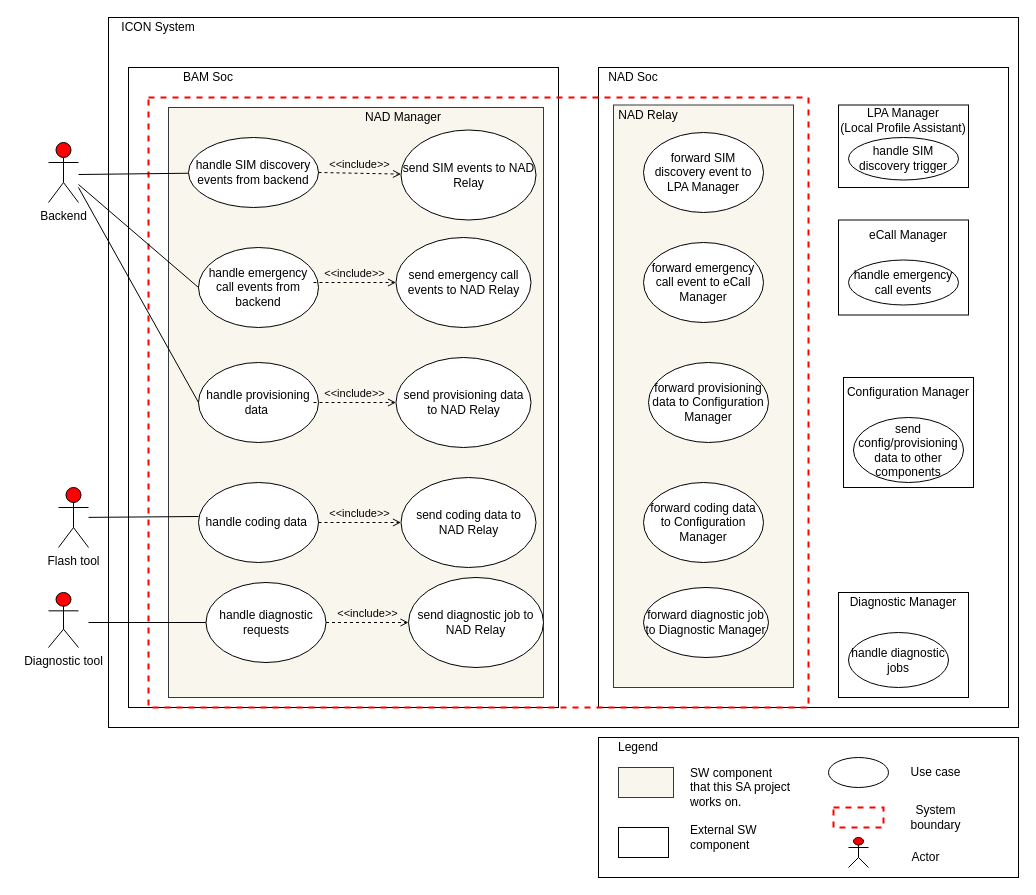
Before: page "all_usecase" (6 of 6) of doc/SA cert/Design/usecase.drawio in taikt/codefun, a draw.io diagram. Source tidied: cells renumbered, new cells numbered last; positions are measured from the earlier drawing's top-left corner, leaving out a move shared by most shapes. Both pictures are drawn from the tidied source at 100%, with x=0, y=0 at pixel (48, 17).
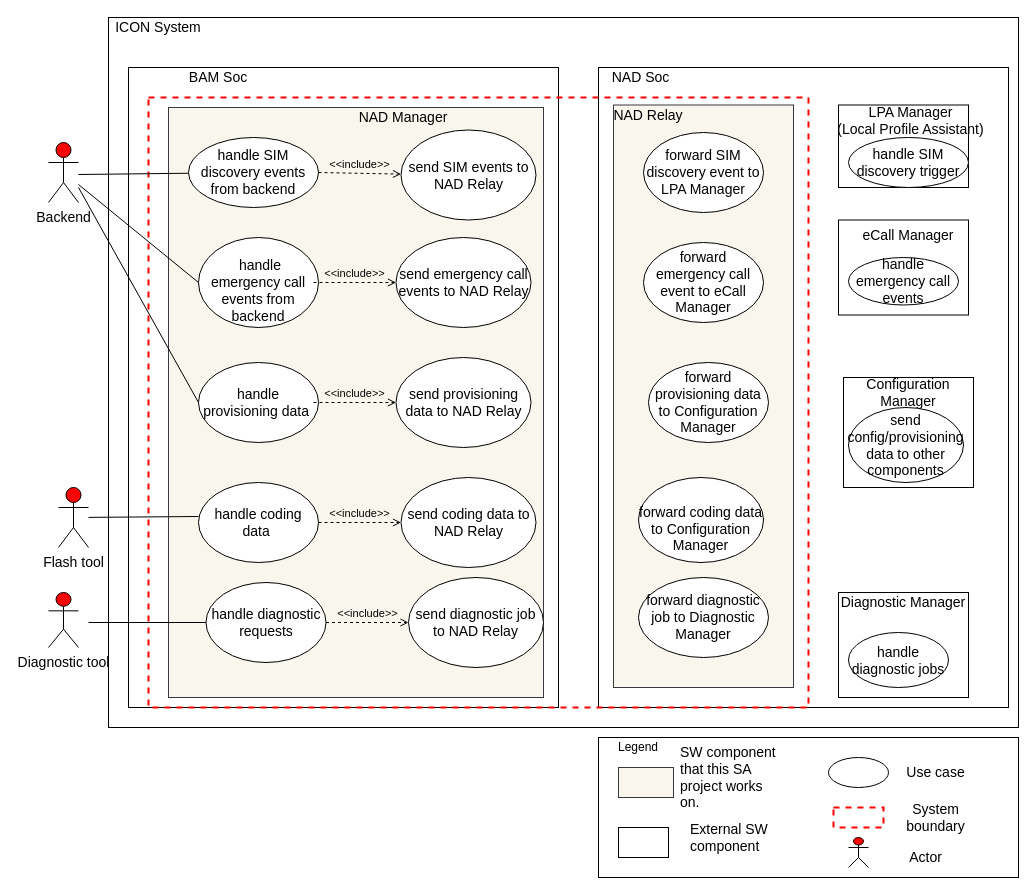
The same page after the edit.

The edit, as a diff of the source:
```diff
@@
-    <mxCell id="2" value="Backend" style="shape=umlActor;verticalLabelPosition=bottom;verticalAlign=top;html=1;fillColor=#FF0000;" parent="1" vertex="1">
+    <mxCell id="2" value="&lt;font style=&quot;font-size: 14px&quot;&gt;Backend&lt;/font&gt;" style="shape=umlActor;verticalLabelPosition=bottom;verticalAlign=top;html=1;fillColor=#FF0000;" parent="1" vertex="1">
       <mxGeometry y="125" width="30" height="60" as="geometry" />
     </mxCell>
@@
-    <mxCell id="6" value="ICON System" style="text;html=1;strokeColor=none;fillColor=none;align=center;verticalAlign=middle;whiteSpace=wrap;rounded=0;" parent="1" vertex="1">
+    <mxCell id="6" value="&lt;font style=&quot;font-size: 14px&quot;&gt;ICON System&lt;/font&gt;" style="text;html=1;strokeColor=none;fillColor=none;align=center;verticalAlign=middle;whiteSpace=wrap;rounded=0;" parent="1" vertex="1">
       <mxGeometry x="65" width="90" height="20" as="geometry" />
     </mxCell>
-    <mxCell id="7" value="BAM Soc" style="text;html=1;strokeColor=none;fillColor=none;align=center;verticalAlign=middle;whiteSpace=wrap;rounded=0;" parent="1" vertex="1">
-      <mxGeometry x="130" y="50" width="60" height="20" as="geometry" />
+    <mxCell id="7" value="&lt;font style=&quot;font-size: 14px&quot;&gt;BAM Soc&lt;/font&gt;" style="text;html=1;strokeColor=none;fillColor=none;align=center;verticalAlign=middle;whiteSpace=wrap;rounded=0;" parent="1" vertex="1">
+      <mxGeometry x="130" y="50" width="80" height="20" as="geometry" />
     </mxCell>
-    <mxCell id="8" value="NAD Soc" style="text;html=1;strokeColor=none;fillColor=none;align=center;verticalAlign=middle;whiteSpace=wrap;rounded=0;" parent="1" vertex="1">
-      <mxGeometry x="555" y="50" width="60" height="20" as="geometry" />
+    <mxCell id="8" value="&lt;font style=&quot;font-size: 14px&quot;&gt;NAD Soc&lt;/font&gt;" style="text;html=1;strokeColor=none;fillColor=none;align=center;verticalAlign=middle;whiteSpace=wrap;rounded=0;" parent="1" vertex="1">
+      <mxGeometry x="555" y="50" width="75" height="20" as="geometry" />
     </mxCell>
@@
-    <mxCell id="12" value="LPA Manager&lt;br&gt;(Local Profile Assistant)" style="text;html=1;strokeColor=none;fillColor=none;align=center;verticalAlign=middle;whiteSpace=wrap;rounded=0;" parent="1" vertex="1">
-      <mxGeometry x="785" y="92.5" width="140" height="20" as="geometry" />
+    <mxCell id="12" value="&lt;font style=&quot;font-size: 14px&quot;&gt;LPA Manager&lt;br&gt;(Local Profile Assistant)&lt;/font&gt;" style="text;html=1;strokeColor=none;fillColor=none;align=center;verticalAlign=middle;whiteSpace=wrap;rounded=0;" parent="1" vertex="1">
+      <mxGeometry x="785" y="92.5" width="155" height="20" as="geometry" />
     </mxCell>
-    <mxCell id="13" value="handle SIM discovery trigger" style="ellipse;whiteSpace=wrap;html=1;" parent="1" vertex="1">
-      <mxGeometry x="800" y="120" width="110" height="42.5" as="geometry" />
+    <mxCell id="13" value="&lt;font style=&quot;font-size: 14px&quot;&gt;handle SIM discovery trigger&lt;/font&gt;" style="ellipse;whiteSpace=wrap;html=1;" parent="1" vertex="1">
+      <mxGeometry x="800" y="120" width="120" height="50" as="geometry" />
     </mxCell>
@@
-    <mxCell id="15" value="handle SIM discovery events from backend" style="ellipse;whiteSpace=wrap;html=1;" parent="1" vertex="1">
+    <mxCell id="15" value="&lt;font style=&quot;font-size: 14px&quot;&gt;handle SIM discovery events from backend&lt;/font&gt;" style="ellipse;whiteSpace=wrap;html=1;" parent="1" vertex="1">
       <mxGeometry x="140" y="120" width="130" height="70" as="geometry" />
     </mxCell>
-    <mxCell id="16" value="send SIM events to NAD Relay" style="ellipse;whiteSpace=wrap;html=1;" parent="1" vertex="1">
+    <mxCell id="16" value="&lt;font style=&quot;font-size: 14px&quot;&gt;send SIM events to NAD Relay&lt;/font&gt;" style="ellipse;whiteSpace=wrap;html=1;" parent="1" vertex="1">
       <mxGeometry x="352.5" y="112.5" width="135" height="90" as="geometry" />
     </mxCell>
-    <mxCell id="17" value="NAD Manager" style="text;html=1;strokeColor=none;fillColor=none;align=center;verticalAlign=middle;whiteSpace=wrap;rounded=0;" parent="1" vertex="1">
+    <mxCell id="17" value="&lt;font style=&quot;font-size: 14px&quot;&gt;NAD Manager&lt;/font&gt;" style="text;html=1;strokeColor=none;fillColor=none;align=center;verticalAlign=middle;whiteSpace=wrap;rounded=0;" parent="1" vertex="1">
       <mxGeometry x="305" y="90" width="100" height="20" as="geometry" />
     </mxCell>
@@
-    <mxCell id="19" value="NAD Relay" style="text;html=1;strokeColor=none;fillColor=none;align=center;verticalAlign=middle;whiteSpace=wrap;rounded=0;" parent="1" vertex="1">
+    <mxCell id="19" value="&lt;font style=&quot;font-size: 14px&quot;&gt;NAD Relay&lt;/font&gt;" style="text;html=1;strokeColor=none;fillColor=none;align=center;verticalAlign=middle;whiteSpace=wrap;rounded=0;" parent="1" vertex="1">
       <mxGeometry x="550" y="87.5" width="100" height="20" as="geometry" />
     </mxCell>
-    <mxCell id="20" value="forward SIM discovery event to LPA Manager" style="ellipse;whiteSpace=wrap;html=1;" parent="1" vertex="1">
+    <mxCell id="20" value="&lt;font style=&quot;font-size: 14px&quot;&gt;forward SIM discovery event to LPA Manager&lt;/font&gt;" style="ellipse;whiteSpace=wrap;html=1;" parent="1" vertex="1">
       <mxGeometry x="595" y="115" width="120" height="80" as="geometry" />
     </mxCell>
@@
-    <mxCell id="22" value="handle coding data&amp;nbsp;" style="ellipse;whiteSpace=wrap;html=1;" parent="1" vertex="1">
+    <mxCell id="22" value="&lt;font style=&quot;font-size: 14px&quot;&gt;handle coding data&amp;nbsp;&lt;/font&gt;" style="ellipse;whiteSpace=wrap;html=1;" parent="1" vertex="1">
       <mxGeometry x="150" y="465" width="120" height="80" as="geometry" />
     </mxCell>
@@
-    <mxCell id="24" value="send coding data to NAD Relay" style="ellipse;whiteSpace=wrap;html=1;" parent="1" vertex="1">
+    <mxCell id="24" value="&lt;font style=&quot;font-size: 14px&quot;&gt;send coding data to NAD Relay&lt;/font&gt;" style="ellipse;whiteSpace=wrap;html=1;" parent="1" vertex="1">
       <mxGeometry x="352.5" y="460" width="135" height="90" as="geometry" />
     </mxCell>
@@
-    <mxCell id="26" value="forward coding data to Configuration Manager" style="ellipse;whiteSpace=wrap;html=1;" parent="1" vertex="1">
-      <mxGeometry x="595" y="465" width="120" height="80" as="geometry" />
+    <mxCell id="26" value="&lt;font style=&quot;font-size: 14px&quot;&gt;&lt;br&gt;forward coding data to Configuration Manager&lt;/font&gt;" style="ellipse;whiteSpace=wrap;html=1;" parent="1" vertex="1">
+      <mxGeometry x="590" y="460" width="125" height="85" as="geometry" />
     </mxCell>
@@
-    <mxCell id="28" value="Configuration Manager" style="text;html=1;strokeColor=none;fillColor=none;align=center;verticalAlign=middle;whiteSpace=wrap;rounded=0;" parent="1" vertex="1">
+    <mxCell id="28" value="&lt;font style=&quot;font-size: 14px&quot;&gt;Configuration Manager&lt;/font&gt;" style="text;html=1;strokeColor=none;fillColor=none;align=center;verticalAlign=middle;whiteSpace=wrap;rounded=0;" parent="1" vertex="1">
       <mxGeometry x="790" y="365" width="140" height="20" as="geometry" />
     </mxCell>
-    <mxCell id="29" value="send config/provisioning data to other components" style="ellipse;whiteSpace=wrap;html=1;" parent="1" vertex="1">
-      <mxGeometry x="805" y="400" width="110" height="65" as="geometry" />
+    <mxCell id="29" value="&lt;font style=&quot;font-size: 14px&quot;&gt;send config/provisioning data to other components&lt;/font&gt;" style="ellipse;whiteSpace=wrap;html=1;" parent="1" vertex="1">
+      <mxGeometry x="800" y="390" width="115" height="75" as="geometry" />
     </mxCell>
-    <mxCell id="30" value="handle provisioning data&amp;nbsp;" style="ellipse;whiteSpace=wrap;html=1;" parent="1" vertex="1">
+    <mxCell id="30" value="&lt;font style=&quot;font-size: 14px&quot;&gt;handle provisioning data&amp;nbsp;&lt;/font&gt;" style="ellipse;whiteSpace=wrap;html=1;" parent="1" vertex="1">
       <mxGeometry x="150" y="345" width="120" height="80" as="geometry" />
     </mxCell>
-    <mxCell id="31" value="handle emergency call events from backend" style="ellipse;whiteSpace=wrap;html=1;" parent="1" vertex="1">
-      <mxGeometry x="150" y="230" width="120" height="80" as="geometry" />
+    <mxCell id="31" value="&lt;font style=&quot;font-size: 14px&quot;&gt;&lt;br&gt;&amp;nbsp;handle emergency call events from backend&lt;/font&gt;" style="ellipse;whiteSpace=wrap;html=1;" parent="1" vertex="1">
+      <mxGeometry x="150" y="220" width="120" height="90" as="geometry" />
     </mxCell>
-    <mxCell id="32" value="handle diagnostic requests" style="ellipse;whiteSpace=wrap;html=1;" parent="1" vertex="1">
+    <mxCell id="32" value="&lt;font style=&quot;font-size: 14px&quot;&gt;handle diagnostic requests&lt;/font&gt;" style="ellipse;whiteSpace=wrap;html=1;" parent="1" vertex="1">
       <mxGeometry x="157.5" y="565" width="120" height="80" as="geometry" />
     </mxCell>
-    <mxCell id="33" value="Flash tool" style="shape=umlActor;verticalLabelPosition=bottom;verticalAlign=top;html=1;outlineConnect=0;fillColor=#FF0000;" parent="1" vertex="1">
+    <mxCell id="33" value="&lt;font style=&quot;font-size: 14px&quot;&gt;Flash tool&lt;/font&gt;" style="shape=umlActor;verticalLabelPosition=bottom;verticalAlign=top;html=1;outlineConnect=0;fillColor=#FF0000;" parent="1" vertex="1">
       <mxGeometry x="10" y="470" width="30" height="60" as="geometry" />
     </mxCell>
@@
-    <mxCell id="35" value="send provisioning data to NAD Relay" style="ellipse;whiteSpace=wrap;html=1;" parent="1" vertex="1">
+    <mxCell id="35" value="&lt;font style=&quot;font-size: 14px&quot;&gt;send provisioning data to NAD Relay&lt;/font&gt;" style="ellipse;whiteSpace=wrap;html=1;" parent="1" vertex="1">
       <mxGeometry x="347.5" y="340" width="135" height="90" as="geometry" />
     </mxCell>
@@
-    <mxCell id="37" value="send emergency call events to NAD Relay" style="ellipse;whiteSpace=wrap;html=1;" parent="1" vertex="1">
+    <mxCell id="37" value="&lt;font style=&quot;font-size: 14px&quot;&gt;send emergency call events to NAD Relay&lt;/font&gt;" style="ellipse;whiteSpace=wrap;html=1;" parent="1" vertex="1">
       <mxGeometry x="347.5" y="220" width="135" height="90" as="geometry" />
     </mxCell>
@@
-    <mxCell id="39" value="send diagnostic job to NAD Relay" style="ellipse;whiteSpace=wrap;html=1;" parent="1" vertex="1">
+    <mxCell id="39" value="&lt;font style=&quot;font-size: 14px&quot;&gt;send diagnostic job to NAD Relay&lt;/font&gt;" style="ellipse;whiteSpace=wrap;html=1;" parent="1" vertex="1">
       <mxGeometry x="360" y="560" width="135" height="90" as="geometry" />
     </mxCell>
@@
-    <mxCell id="41" value="forward provisioning data to Configuration Manager" style="ellipse;whiteSpace=wrap;html=1;" parent="1" vertex="1">
+    <mxCell id="41" value="&lt;font style=&quot;font-size: 14px&quot;&gt;forward provisioning data to Configuration Manager&lt;/font&gt;" style="ellipse;whiteSpace=wrap;html=1;" parent="1" vertex="1">
       <mxGeometry x="600" y="345" width="120" height="80" as="geometry" />
     </mxCell>
-    <mxCell id="42" value="forward emergency call event to eCall Manager" style="ellipse;whiteSpace=wrap;html=1;" parent="1" vertex="1">
+    <mxCell id="42" value="&lt;font style=&quot;font-size: 14px&quot;&gt;forward emergency call event to eCall Manager&lt;/font&gt;" style="ellipse;whiteSpace=wrap;html=1;" parent="1" vertex="1">
       <mxGeometry x="595" y="225" width="120" height="80" as="geometry" />
     </mxCell>
-    <mxCell id="43" value="forward diagnostic job to Diagnostic Manager" style="ellipse;whiteSpace=wrap;html=1;" parent="1" vertex="1">
-      <mxGeometry x="595" y="570" width="125" height="70" as="geometry" />
+    <mxCell id="43" value="&lt;font style=&quot;font-size: 14px&quot;&gt;forward diagnostic job to Diagnostic Manager&lt;/font&gt;" style="ellipse;whiteSpace=wrap;html=1;" parent="1" vertex="1">
+      <mxGeometry x="590" y="560" width="130" height="80" as="geometry" />
     </mxCell>
@@
-    <mxCell id="45" value="handle emergency call events" style="ellipse;whiteSpace=wrap;html=1;" parent="1" vertex="1">
-      <mxGeometry x="800" y="242.5" width="110" height="45" as="geometry" />
+    <mxCell id="45" value="&lt;font style=&quot;font-size: 14px&quot;&gt;handle emergency call events&lt;/font&gt;" style="ellipse;whiteSpace=wrap;html=1;" parent="1" vertex="1">
+      <mxGeometry x="800" y="240" width="110" height="47.5" as="geometry" />
     </mxCell>
@@
-    <mxCell id="47" value="handle diagnostic jobs" style="ellipse;whiteSpace=wrap;html=1;" parent="1" vertex="1">
+    <mxCell id="47" value="&lt;font style=&quot;font-size: 14px&quot;&gt;handle diagnostic jobs&lt;/font&gt;" style="ellipse;whiteSpace=wrap;html=1;" parent="1" vertex="1">
       <mxGeometry x="800" y="615" width="100" height="55" as="geometry" />
     </mxCell>
-    <mxCell id="48" value="eCall Manager" style="text;html=1;strokeColor=none;fillColor=none;align=center;verticalAlign=middle;whiteSpace=wrap;rounded=0;" parent="1" vertex="1">
+    <mxCell id="48" value="&lt;font style=&quot;font-size: 14px&quot;&gt;eCall Manager&lt;/font&gt;" style="text;html=1;strokeColor=none;fillColor=none;align=center;verticalAlign=middle;whiteSpace=wrap;rounded=0;" parent="1" vertex="1">
       <mxGeometry x="790" y="207.5" width="140" height="20" as="geometry" />
     </mxCell>
-    <mxCell id="49" value="Diagnostic Manager" style="text;html=1;strokeColor=none;fillColor=none;align=center;verticalAlign=middle;whiteSpace=wrap;rounded=0;" parent="1" vertex="1">
+    <mxCell id="49" value="&lt;font style=&quot;font-size: 14px&quot;&gt;Diagnostic Manager&lt;/font&gt;" style="text;html=1;strokeColor=none;fillColor=none;align=center;verticalAlign=middle;whiteSpace=wrap;rounded=0;" parent="1" vertex="1">
       <mxGeometry x="785" y="575" width="140" height="20" as="geometry" />
     </mxCell>
@@
-    <mxCell id="51" value="Diagnostic tool" style="shape=umlActor;verticalLabelPosition=bottom;verticalAlign=top;html=1;fillColor=#FF0000;" parent="1" vertex="1">
+    <mxCell id="51" value="&lt;font style=&quot;font-size: 14px&quot;&gt;Diagnostic tool&lt;/font&gt;" style="shape=umlActor;verticalLabelPosition=bottom;verticalAlign=top;html=1;fillColor=#FF0000;" parent="1" vertex="1">
       <mxGeometry y="575" width="30" height="55" as="geometry" />
     </mxCell>
@@
-    <mxCell id="56" value="Use case" style="text;html=1;strokeColor=none;fillColor=none;align=center;verticalAlign=middle;whiteSpace=wrap;rounded=0;" parent="1" vertex="1">
+    <mxCell id="56" value="&lt;font style=&quot;font-size: 14px&quot;&gt;Use case&lt;/font&gt;" style="text;html=1;strokeColor=none;fillColor=none;align=center;verticalAlign=middle;whiteSpace=wrap;rounded=0;" parent="1" vertex="1">
       <mxGeometry x="855" y="745" width="65" height="20" as="geometry" />
     </mxCell>
@@
-    <mxCell id="58" value="System boundary" style="text;html=1;strokeColor=none;fillColor=none;align=center;verticalAlign=middle;whiteSpace=wrap;rounded=0;" parent="1" vertex="1">
+    <mxCell id="58" value="&lt;font style=&quot;font-size: 14px&quot;&gt;System boundary&lt;/font&gt;" style="text;html=1;strokeColor=none;fillColor=none;align=center;verticalAlign=middle;whiteSpace=wrap;rounded=0;" parent="1" vertex="1">
       <mxGeometry x="855" y="790" width="65" height="20" as="geometry" />
     </mxCell>
@@
-    <mxCell id="60" value="Actor" style="text;html=1;strokeColor=none;fillColor=none;align=center;verticalAlign=middle;whiteSpace=wrap;rounded=0;" parent="1" vertex="1">
+    <mxCell id="60" value="&lt;font style=&quot;font-size: 14px&quot;&gt;Actor&lt;/font&gt;" style="text;html=1;strokeColor=none;fillColor=none;align=center;verticalAlign=middle;whiteSpace=wrap;rounded=0;" parent="1" vertex="1">
       <mxGeometry x="845" y="830" width="65" height="20" as="geometry" />
     </mxCell>
@@
-    <mxCell id="63" value="SW component that this SA project works on." style="text;html=1;strokeColor=none;fillColor=none;align=left;verticalAlign=middle;whiteSpace=wrap;rounded=0;" parent="1" vertex="1">
-      <mxGeometry x="640" y="760" width="105" height="20" as="geometry" />
+    <mxCell id="63" value="&lt;font style=&quot;font-size: 14px&quot;&gt;SW component that this SA project works on.&lt;/font&gt;" style="text;html=1;strokeColor=none;fillColor=none;align=left;verticalAlign=middle;whiteSpace=wrap;rounded=0;" parent="1" vertex="1">
+      <mxGeometry x="630" y="750" width="105" height="20" as="geometry" />
     </mxCell>
@@
-    <mxCell id="65" value="External SW component" style="text;html=1;strokeColor=none;fillColor=none;align=left;verticalAlign=middle;whiteSpace=wrap;rounded=0;" parent="1" vertex="1">
+    <mxCell id="65" value="&lt;font style=&quot;font-size: 14px&quot;&gt;External SW component&lt;/font&gt;" style="text;html=1;strokeColor=none;fillColor=none;align=left;verticalAlign=middle;whiteSpace=wrap;rounded=0;" parent="1" vertex="1">
       <mxGeometry x="640" y="810" width="105" height="20" as="geometry" />
     </mxCell>
```
